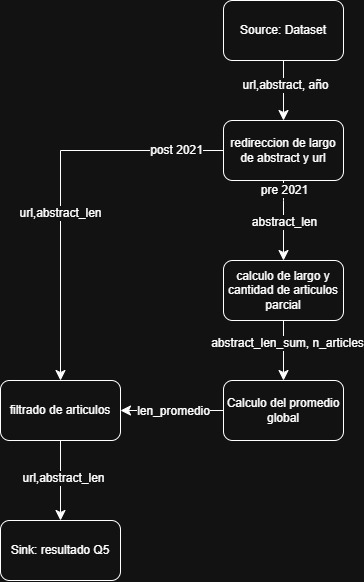
This is diseño/diagramas/DAG_Q5.png from LuccaMarino/tp-grupal_Distribuidos, a draw.io export, as it was before one commit. Source tidied: cells renumbered, new cells last; positions are measured from the earlier drawing's top-left corner, leaving out a move shared by most shapes.
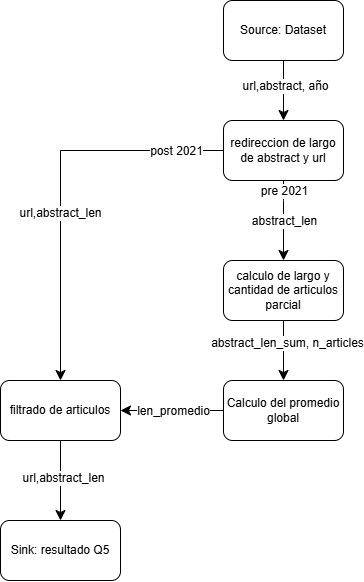
The same file after the commit.

What changed in the source:
```diff
@@ -32,9 +32,9 @@
     <mxCell id="9" style="edgeStyle=none;curved=1;rounded=0;curveGeometry=1;jettySize=auto;html=1;entryX=0.5;entryY=0;entryDx=0;entryDy=0;fontSize=12;startSize=8;endSize=8;" parent="1" edge="1" source="11" target="21">
       <mxGeometry relative="1" as="geometry" />
     </mxCell>
-    <mxCell id="10" value="url,abstract_len" style="edgeLabel;html=1;align=center;verticalAlign=middle;fontSize=12;" parent="9" vertex="1">
-      <mxGeometry x="-0.08" y="2" relative="1" as="geometry" />
-    </mxCell>
+    <mxCell id="22" value="url,abstract_len" style="edgeLabel;html=1;align=center;verticalAlign=middle;fontSize=12;" parent="9" vertex="1">
+      <mxGeometry x="-0.08" y="2" relative="1" as="geometry" />
+    </mxCell>
     <mxCell id="11" value="filtrado de articulos" style="rounded=1;whiteSpace=wrap;html=1;roundedPerimeter=1;" parent="1" vertex="1">
       <mxGeometry y="380" width="120" height="60" as="geometry" />
     </mxCell>
@@ -46,9 +46,9 @@
         <mxPoint x="60" y="2" as="offset" />
       </mxGeometry>
     </mxCell>
-    <mxCell id="14" value="url,abstract_len" style="edgeLabel;html=1;align=center;verticalAlign=middle;fontSize=12;" parent="12" vertex="1">
-      <mxGeometry x="0.15" y="-1" relative="1" as="geometry" />
-    </mxCell>
+    <mxCell id="23" value="url,abstract_len" style="edgeLabel;html=1;align=center;verticalAlign=middle;fontSize=12;" parent="12" vertex="1">
+      <mxGeometry x="0.15" y="-1" relative="1" as="geometry" />
+    </mxCell>
     <mxCell id="15" style="edgeStyle=none;curved=1;rounded=0;curveGeometry=1;jettySize=auto;html=1;fontSize=12;startSize=8;endSize=8;" parent="1" edge="1" source="17" target="20">
       <mxGeometry relative="1" as="geometry" />
     </mxCell>
```
